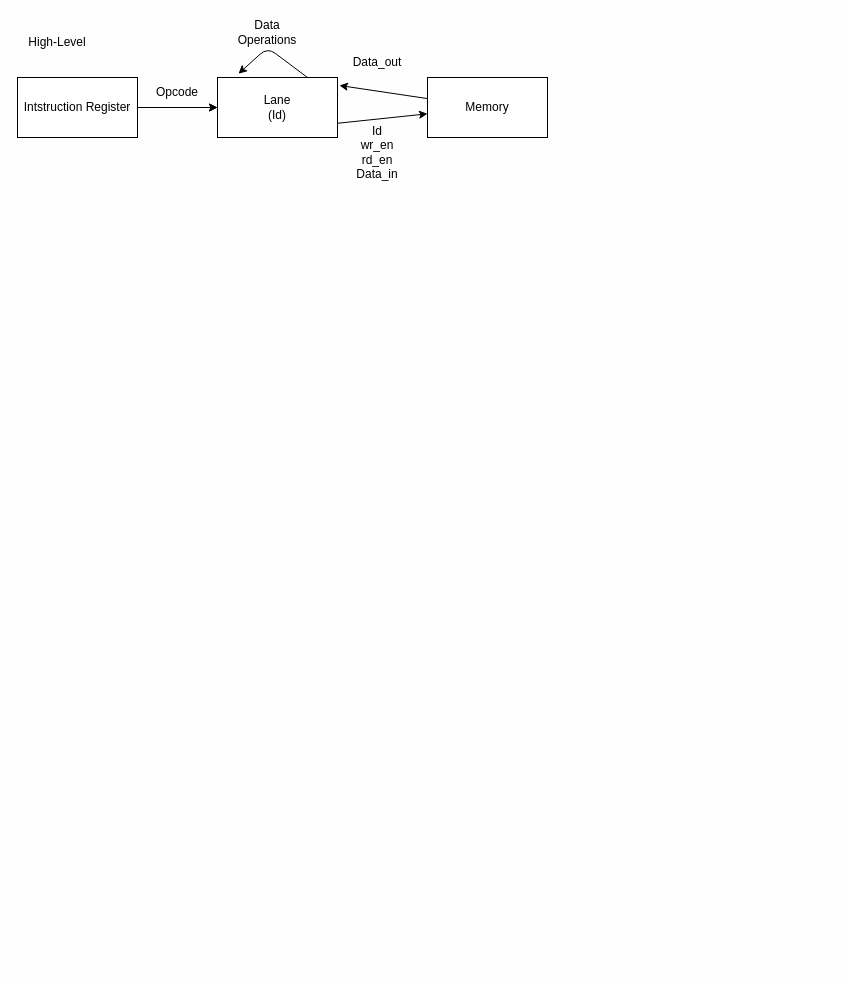
Above: Research/diagrams/ideas/basic_intpath.drawio in ItsAKanifee/GPU (draw.io), before the change. Source tidied: cells renumbered, new cells numbered last; positions are measured from the earlier drawing's top-left corner, leaving out a move shared by most shapes. Both pictures are drawn from the tidied source at 100%, with x=0, y=0 at pixel (17, 17).
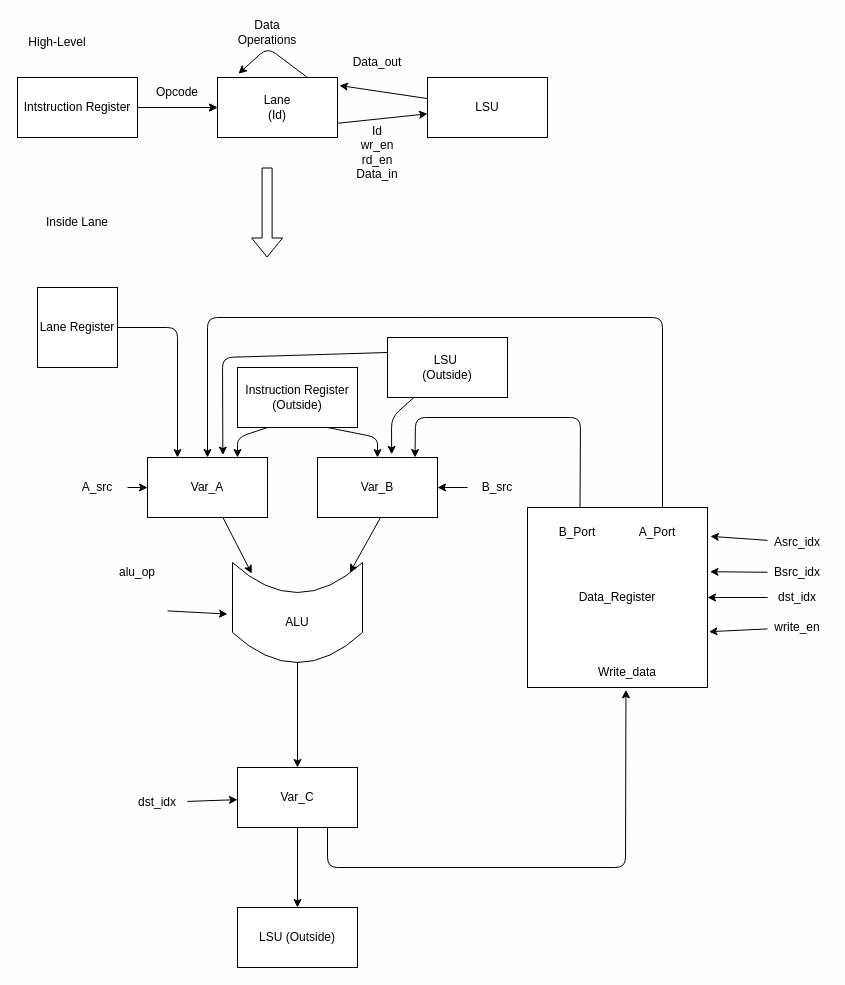
After the change.

Commit message (it also covers changes not shown here):
Revise Int_Core notes and update basic_intpath diagram for improved clarity and design documentation

Change to the diagram source:
```diff
@@
-    <mxCell id="7" value="Memory" style="rounded=0;whiteSpace=wrap;html=1;" parent="1" vertex="1">
+    <mxCell id="7" value="LSU" style="rounded=0;whiteSpace=wrap;html=1;" parent="1" vertex="1">
       <mxGeometry x="410" y="60" width="120" height="60" as="geometry" />
     </mxCell>
@@
+    <mxCell id="15" style="shape=flexArrow;endArrow=classic;html=1;" parent="1" edge="1">
+      <mxGeometry relative="1" as="geometry">
+        <mxPoint x="249.6" y="150" as="sourcePoint" />
+        <mxPoint x="249.6" y="240" as="targetPoint" />
+      </mxGeometry>
+    </mxCell>
+    <mxCell id="16" value="Inside Lane" style="text;html=1;align=center;verticalAlign=middle;whiteSpace=wrap;rounded=0;" parent="1" vertex="1">
+      <mxGeometry y="190" width="120" height="30" as="geometry" />
+    </mxCell>
+    <mxCell id="17" style="edgeStyle=none;html=1;" parent="1" edge="1" source="18" target="31">
+      <mxGeometry relative="1" as="geometry" />
+    </mxCell>
+    <mxCell id="18" style="shape=dataStorage;whiteSpace=wrap;html=1;fixedSize=1;size=30;rotation=-90;" parent="1" vertex="1">
+      <mxGeometry x="230" y="530" width="100" height="130" as="geometry" />
+    </mxCell>
+    <mxCell id="19" value="ALU" style="text;html=1;align=center;verticalAlign=middle;whiteSpace=wrap;rounded=0;" parent="1" vertex="1">
+      <mxGeometry x="250" y="590" width="60" height="30" as="geometry" />
+    </mxCell>
+    <mxCell id="20" value="Var_A" style="rounded=0;whiteSpace=wrap;html=1;" parent="1" vertex="1">
+      <mxGeometry x="130" y="440" width="120" height="60" as="geometry" />
+    </mxCell>
+    <mxCell id="21" value="Var_B" style="rounded=0;whiteSpace=wrap;html=1;" parent="1" vertex="1">
+      <mxGeometry x="300" y="440" width="120" height="60" as="geometry" />
+    </mxCell>
+    <mxCell id="22" style="edgeStyle=none;html=1;entryX=0.889;entryY=0.148;entryDx=0;entryDy=0;entryPerimeter=0;" parent="1" edge="1" source="20" target="18">
+      <mxGeometry relative="1" as="geometry" />
+    </mxCell>
+    <mxCell id="23" style="edgeStyle=none;html=1;entryX=0.899;entryY=0.903;entryDx=0;entryDy=0;entryPerimeter=0;exitX=0.527;exitY=0.994;exitDx=0;exitDy=0;exitPerimeter=0;" parent="1" edge="1" source="21" target="18">
+      <mxGeometry relative="1" as="geometry" />
+    </mxCell>
+    <mxCell id="24" style="edgeStyle=none;html=1;" parent="1" edge="1">
+      <mxGeometry relative="1" as="geometry">
+        <mxPoint x="150" y="593.4" as="sourcePoint" />
+        <mxPoint x="210" y="596.6" as="targetPoint" />
+      </mxGeometry>
+    </mxCell>
+    <mxCell id="25" value="alu_op" style="text;html=1;align=center;verticalAlign=middle;whiteSpace=wrap;rounded=0;" parent="1" vertex="1">
+      <mxGeometry x="90" y="540" width="60" height="30" as="geometry" />
+    </mxCell>
+    <mxCell id="26" style="edgeStyle=none;html=1;" parent="1" edge="1" source="27" target="20">
+      <mxGeometry relative="1" as="geometry" />
+    </mxCell>
+    <mxCell id="27" value="A_src" style="text;html=1;align=center;verticalAlign=middle;whiteSpace=wrap;rounded=0;" parent="1" vertex="1">
+      <mxGeometry x="50" y="455" width="60" height="30" as="geometry" />
+    </mxCell>
+    <mxCell id="28" style="edgeStyle=none;html=1;" parent="1" edge="1" target="21">
+      <mxGeometry relative="1" as="geometry">
+        <mxPoint x="450" y="470" as="sourcePoint" />
+      </mxGeometry>
+    </mxCell>
+    <mxCell id="29" value="B_src" style="text;html=1;align=center;verticalAlign=middle;whiteSpace=wrap;rounded=0;" parent="1" vertex="1">
+      <mxGeometry x="450" y="455" width="60" height="30" as="geometry" />
+    </mxCell>
+    <mxCell id="30" style="edgeStyle=none;html=1;" parent="1" edge="1" source="31" target="40">
+      <mxGeometry relative="1" as="geometry" />
+    </mxCell>
+    <mxCell id="31" value="Var_C" style="rounded=0;whiteSpace=wrap;html=1;" parent="1" vertex="1">
+      <mxGeometry x="220" y="750" width="120" height="60" as="geometry" />
+    </mxCell>
+    <mxCell id="32" style="edgeStyle=none;html=1;" parent="1" edge="1" source="33" target="31">
+      <mxGeometry relative="1" as="geometry" />
+    </mxCell>
+    <mxCell id="33" value="dst_idx" style="text;html=1;align=center;verticalAlign=middle;whiteSpace=wrap;rounded=0;" parent="1" vertex="1">
+      <mxGeometry x="110" y="770" width="60" height="30" as="geometry" />
+    </mxCell>
+    <mxCell id="34" style="edgeStyle=none;html=1;exitX=0.25;exitY=0;exitDx=0;exitDy=0;entryX=0.75;entryY=0;entryDx=0;entryDy=0;" parent="1" edge="1">
+      <mxGeometry relative="1" as="geometry">
+        <mxPoint x="562.5" y="490" as="sourcePoint" />
+        <mxPoint x="397.5" y="440" as="targetPoint" />
+        <Array as="points">
+          <mxPoint x="563" y="400" />
+          <mxPoint x="398" y="400" />
+        </Array>
+      </mxGeometry>
+    </mxCell>
+    <mxCell id="35" style="edgeStyle=none;html=1;exitX=0.75;exitY=0;exitDx=0;exitDy=0;entryX=0.5;entryY=0;entryDx=0;entryDy=0;" parent="1" edge="1" source="36" target="20">
+      <mxGeometry relative="1" as="geometry">
+        <Array as="points">
+          <mxPoint x="645" y="300" />
+          <mxPoint x="410" y="300" />
+          <mxPoint x="190" y="300" />
+        </Array>
+      </mxGeometry>
+    </mxCell>
+    <mxCell id="36" value="Data_Register" style="whiteSpace=wrap;html=1;" parent="1" vertex="1">
+      <mxGeometry x="510" y="490" width="180" height="180" as="geometry" />
+    </mxCell>
+    <mxCell id="37" style="endArrow=classic;html=1;exitX=0.75;exitY=1;exitDx=0;exitDy=0;entryX=0.547;entryY=1.013;entryDx=0;entryDy=0;entryPerimeter=0;" parent="1" edge="1" source="31" target="36">
+      <mxGeometry relative="1" as="geometry">
+        <Array as="points">
+          <mxPoint x="310" y="850" />
+          <mxPoint x="608" y="850" />
+        </Array>
+      </mxGeometry>
+    </mxCell>
+    <mxCell id="38" style="edgeStyle=none;html=1;entryX=0.25;entryY=0;entryDx=0;entryDy=0;" parent="1" edge="1" source="39" target="20">
+      <mxGeometry relative="1" as="geometry">
+        <Array as="points">
+          <mxPoint x="160" y="310" />
+        </Array>
+      </mxGeometry>
+    </mxCell>
+    <mxCell id="39" value="Lane Register" style="whiteSpace=wrap;html=1;" parent="1" vertex="1">
+      <mxGeometry x="20" y="270" width="80" height="80" as="geometry" />
+    </mxCell>
+    <mxCell id="40" value="LSU (Outside)" style="rounded=0;whiteSpace=wrap;html=1;" parent="1" vertex="1">
+      <mxGeometry x="220" y="890" width="120" height="60" as="geometry" />
+    </mxCell>
+    <mxCell id="41" value="B_Port" style="text;html=1;align=center;verticalAlign=middle;whiteSpace=wrap;rounded=0;" parent="1" vertex="1">
+      <mxGeometry x="530" y="500" width="60" height="30" as="geometry" />
+    </mxCell>
+    <mxCell id="42" value="Write_data" style="text;html=1;align=center;verticalAlign=middle;whiteSpace=wrap;rounded=0;" parent="1" vertex="1">
+      <mxGeometry x="580" y="640" width="60" height="30" as="geometry" />
+    </mxCell>
+    <mxCell id="43" value="A_Port" style="text;html=1;align=center;verticalAlign=middle;whiteSpace=wrap;rounded=0;" parent="1" vertex="1">
+      <mxGeometry x="610" y="500" width="60" height="30" as="geometry" />
+    </mxCell>
+    <mxCell id="44" style="edgeStyle=none;html=1;exitX=0.25;exitY=1;exitDx=0;exitDy=0;entryX=0.75;entryY=0;entryDx=0;entryDy=0;" parent="1" edge="1" source="46" target="20">
+      <mxGeometry relative="1" as="geometry">
+        <Array as="points">
+          <mxPoint x="220" y="420" />
+        </Array>
+      </mxGeometry>
+    </mxCell>
+    <mxCell id="45" style="edgeStyle=none;html=1;exitX=0.75;exitY=1;exitDx=0;exitDy=0;entryX=0.5;entryY=0;entryDx=0;entryDy=0;" parent="1" edge="1" source="46" target="21">
+      <mxGeometry relative="1" as="geometry">
+        <Array as="points">
+          <mxPoint x="360" y="420" />
+        </Array>
+      </mxGeometry>
+    </mxCell>
+    <mxCell id="46" value="Instruction Register (Outside)" style="rounded=0;whiteSpace=wrap;html=1;" parent="1" vertex="1">
+      <mxGeometry x="220" y="350" width="120" height="60" as="geometry" />
+    </mxCell>
+    <mxCell id="47" style="edgeStyle=none;html=1;entryX=1.016;entryY=0.16;entryDx=0;entryDy=0;entryPerimeter=0;" parent="1" edge="1" source="48" target="36">
+      <mxGeometry relative="1" as="geometry" />
+    </mxCell>
+    <mxCell id="48" value="Asrc_idx" style="text;html=1;align=center;verticalAlign=middle;whiteSpace=wrap;rounded=0;" parent="1" vertex="1">
+      <mxGeometry x="750" y="510" width="60" height="30" as="geometry" />
+    </mxCell>
+    <mxCell id="49" style="edgeStyle=none;html=1;entryX=1.014;entryY=0.357;entryDx=0;entryDy=0;entryPerimeter=0;" parent="1" edge="1" source="50" target="36">
+      <mxGeometry relative="1" as="geometry" />
+    </mxCell>
+    <mxCell id="50" value="Bsrc_idx" style="text;html=1;align=center;verticalAlign=middle;whiteSpace=wrap;rounded=0;" parent="1" vertex="1">
+      <mxGeometry x="750" y="540" width="60" height="30" as="geometry" />
+    </mxCell>
+    <mxCell id="51" style="edgeStyle=none;html=1;" parent="1" edge="1" source="52" target="36">
+      <mxGeometry relative="1" as="geometry" />
+    </mxCell>
+    <mxCell id="52" value="dst_idx" style="text;html=1;align=center;verticalAlign=middle;whiteSpace=wrap;rounded=0;" parent="1" vertex="1">
+      <mxGeometry x="750" y="565" width="60" height="30" as="geometry" />
+    </mxCell>
+    <mxCell id="53" style="edgeStyle=none;html=1;entryX=1.008;entryY=0.69;entryDx=0;entryDy=0;entryPerimeter=0;" parent="1" edge="1" source="54" target="36">
+      <mxGeometry relative="1" as="geometry" />
+    </mxCell>
+    <mxCell id="54" value="write_en" style="text;html=1;align=center;verticalAlign=middle;whiteSpace=wrap;rounded=0;" parent="1" vertex="1">
+      <mxGeometry x="750" y="595" width="60" height="30" as="geometry" />
+    </mxCell>
+    <mxCell id="55" style="edgeStyle=none;html=1;entryX=0.618;entryY=-0.053;entryDx=0;entryDy=0;entryPerimeter=0;" parent="1" edge="1" source="57" target="21">
+      <mxGeometry relative="1" as="geometry">
+        <Array as="points">
+          <mxPoint x="374" y="400" />
+        </Array>
+      </mxGeometry>
+    </mxCell>
+    <mxCell id="56" style="edgeStyle=none;html=1;entryX=0.628;entryY=-0.04;entryDx=0;entryDy=0;entryPerimeter=0;exitX=0;exitY=0.25;exitDx=0;exitDy=0;" parent="1" edge="1" source="57" target="20">
+      <mxGeometry relative="1" as="geometry">
+        <Array as="points">
+          <mxPoint x="205" y="340" />
+        </Array>
+      </mxGeometry>
+    </mxCell>
+    <mxCell id="57" value="LSU&amp;nbsp;&lt;div&gt;(Outside)&lt;/div&gt;" style="rounded=0;whiteSpace=wrap;html=1;" parent="1" vertex="1">
+      <mxGeometry x="370" y="320" width="120" height="60" as="geometry" />
+    </mxCell>
```
